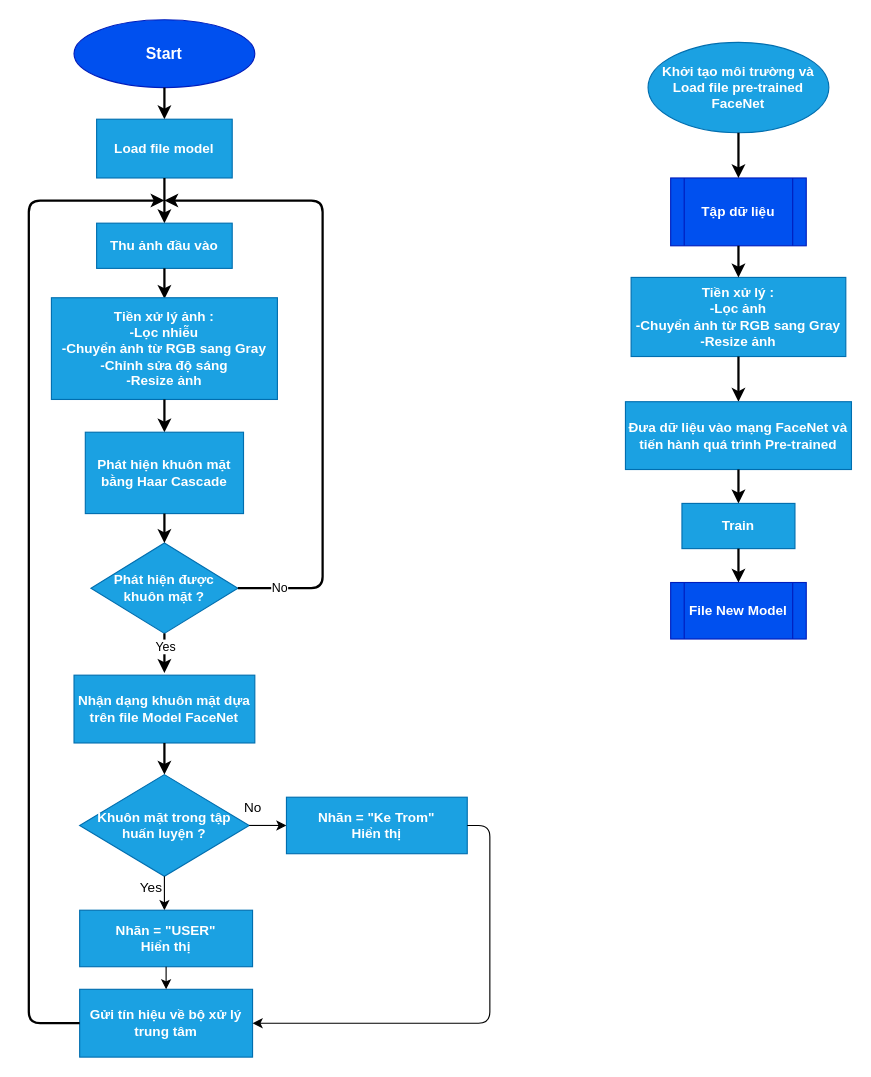
Before: page "Page-2" (2 of 4) of Untitled Diagram.drawio in truongvanthinh/AutonomousCar, a draw.io diagram. Source tidied: cells renumbered, new cells numbered last; positions are measured from the earlier drawing's top-left corner, leaving out a move shared by most shapes. Both pictures are drawn from the tidied source at 113%, with x=0, y=0 at pixel (28, 19).
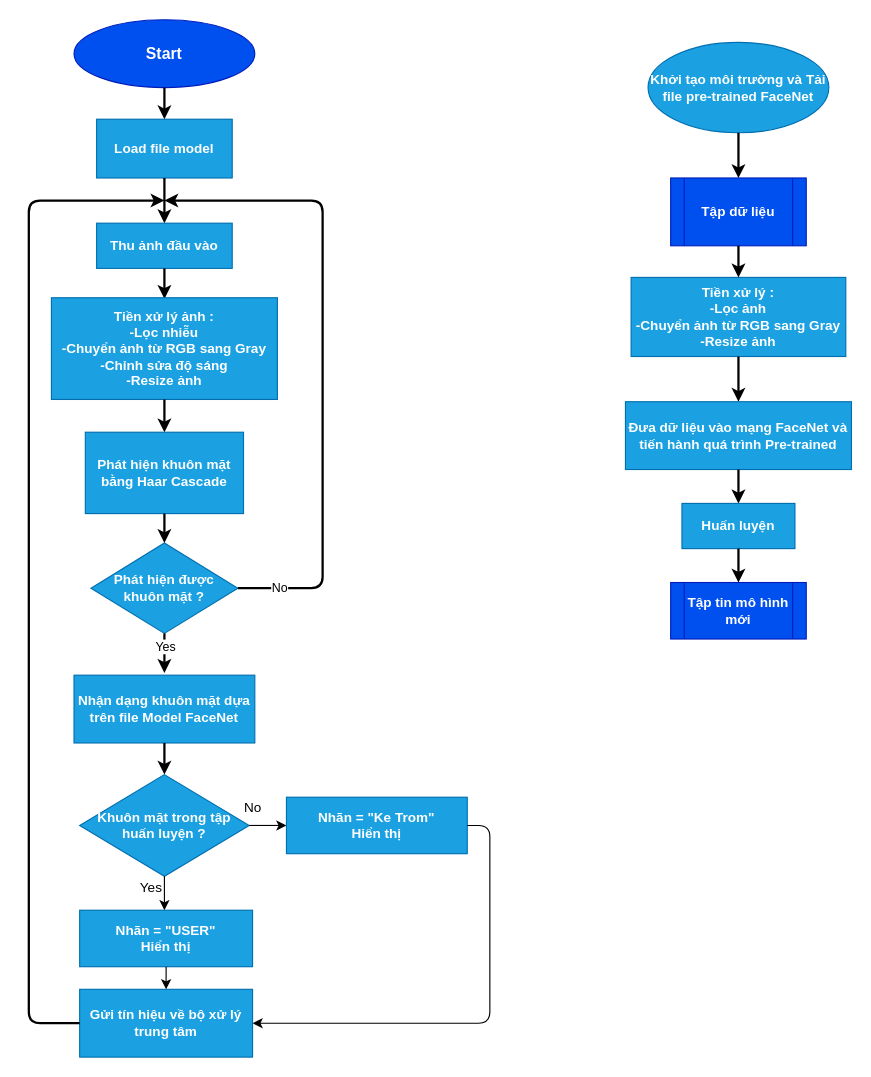
The same diagram, later.

Change to the diagram source:
```diff
@@
-    <mxCell id="26" value="&lt;b&gt;Khởi tạo môi trường và Load file pre-trained FaceNet&lt;/b&gt;" style="ellipse;whiteSpace=wrap;html=1;strokeWidth=1;fillColor=#1ba1e2;strokeColor=#006EAF;fontColor=#ffffff;" parent="1" vertex="1">
+    <mxCell id="26" value="&lt;b&gt;Khởi tạo môi trường và Tải file pre-trained FaceNet&lt;/b&gt;" style="ellipse;whiteSpace=wrap;html=1;strokeWidth=1;fillColor=#1ba1e2;strokeColor=#006EAF;fontColor=#ffffff;" parent="1" vertex="1">
       <mxGeometry x="548" y="20" width="160" height="80" as="geometry" />
     </mxCell>
@@
-    <mxCell id="29" value="&lt;b&gt;Train&lt;/b&gt;" style="rounded=0;whiteSpace=wrap;html=1;strokeWidth=1;fillColor=#1ba1e2;strokeColor=#006EAF;fontColor=#ffffff;" parent="1" vertex="1">
+    <mxCell id="29" value="&lt;b&gt;Huấn luyện&lt;/b&gt;" style="rounded=0;whiteSpace=wrap;html=1;strokeWidth=1;fillColor=#1ba1e2;strokeColor=#006EAF;fontColor=#ffffff;" parent="1" vertex="1">
       <mxGeometry x="578" y="428" width="100" height="40" as="geometry" />
     </mxCell>
@@
-    <mxCell id="31" value="&lt;b&gt;File New Model&lt;/b&gt;" style="shape=process;whiteSpace=wrap;html=1;backgroundOutline=1;strokeWidth=1;fillColor=#0050ef;strokeColor=#001DBC;fontColor=#ffffff;" parent="1" vertex="1">
+    <mxCell id="31" value="&lt;b&gt;Tập tin mô hình mới&lt;/b&gt;" style="shape=process;whiteSpace=wrap;html=1;backgroundOutline=1;strokeWidth=1;fillColor=#0050ef;strokeColor=#001DBC;fontColor=#ffffff;" parent="1" vertex="1">
       <mxGeometry x="568" y="498" width="120" height="50" as="geometry" />
     </mxCell>
```
